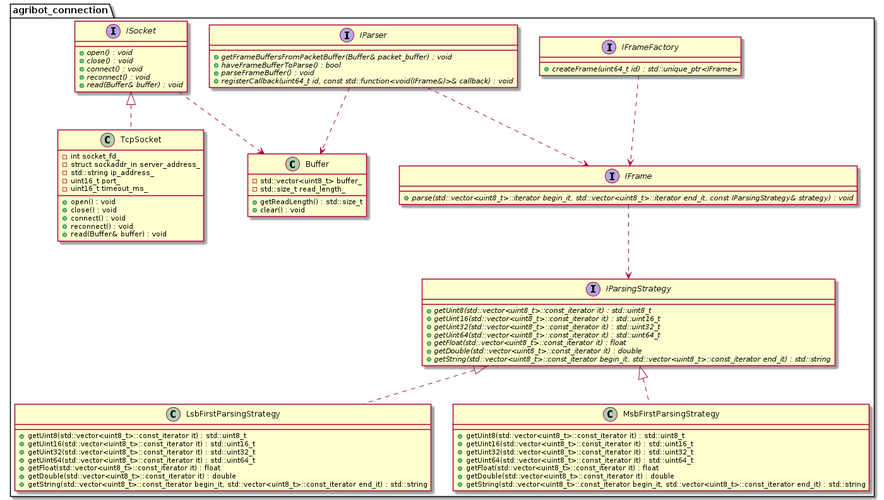
Before: doc/class_diagram/agribot_connection.png, a diagram exported from PlantUML (agribot-2-0/agribot_common).
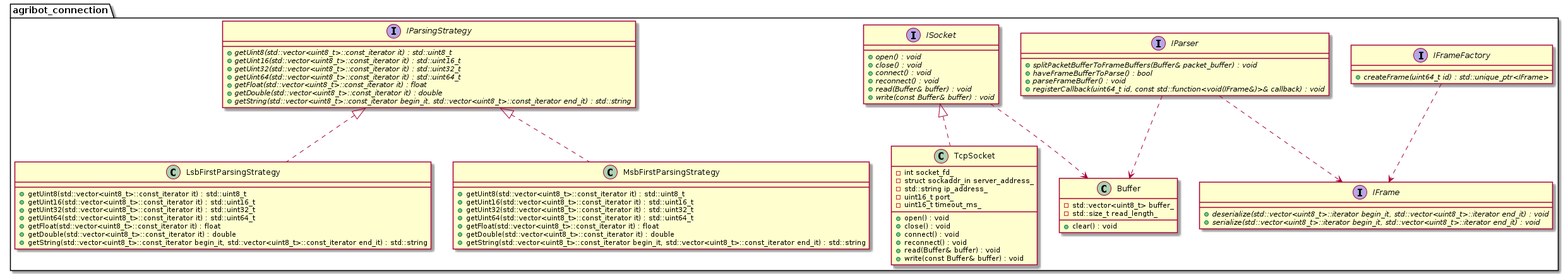
The same file after the commit.

Commit message:
Update class diagram for agribot_connection

What changed in the source:
```diff
@@ -4,7 +4,8 @@
 
   interface IFrame
   {
-    + {abstract} parse(std::vector<uint8_t>::iterator begin_it, std::vector<uint8_t>::iterator end_it, const IParsingStrategy& strategy) : void
+    + {abstract} deserialize(std::vector<uint8_t>::iterator begin_it, std::vector<uint8_t>::iterator end_it) : void
+    + {abstract} serialize(std::vector<uint8_t>::iterator begin_it, std::vector<uint8_t>::iterator end_it) : void
   }
 
   interface IFrameFactory
@@ -14,7 +15,7 @@
 
   interface IParser
   {
-    + {abstract} getFrameBuffersFromPacketBuffer(Buffer& packet_buffer) : void
+    + {abstract} splitPacketBufferToFrameBuffers(Buffer& packet_buffer) : void
     + {abstract} haveFrameBufferToParse() : bool
     + {abstract} parseFrameBuffer() : void
     + {abstract} registerCallback(uint64_t id, const std::function<void(IFrame&)>& callback) : void
@@ -38,11 +39,11 @@
     + {abstract} connect() : void
     + {abstract} reconnect() : void
     + {abstract} read(Buffer& buffer) : void
+    + {abstract} write(const Buffer& buffer) : void
   }
 
   class Buffer
   {
-    + getReadLength() : std::size_t
     + clear() : void
     - std::vector<uint8_t> buffer_
     - std::size_t read_length_
@@ -77,6 +78,7 @@
     + connect() : void
     + reconnect() : void
     + read(Buffer& buffer) : void
+    + write(const Buffer& buffer) : void
     - int socket_fd_
     - struct sockaddr_in server_address_
     - std::string ip_address_
@@ -92,7 +94,6 @@
   IParser ..> Buffer
   IParser ..> IFrame
   IFrameFactory ..> IFrame
-  IFrame ..> IParsingStrategy
 }
 
 @enduml
```
